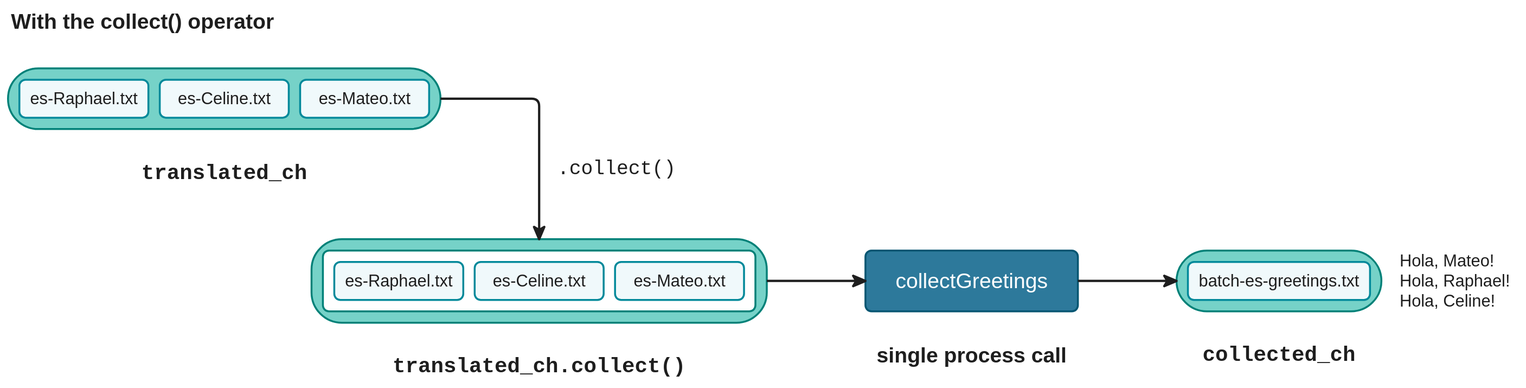
Earlier version of the draw.io export docs/en/docs/hello_nextflow/img/hello-collect-WITH-operator.drawio.svg (nextflow-io/training). Source tidied: cells renumbered, new cells last; positions are measured from the earlier drawing's top-left corner, leaving out a move shared by most shapes.
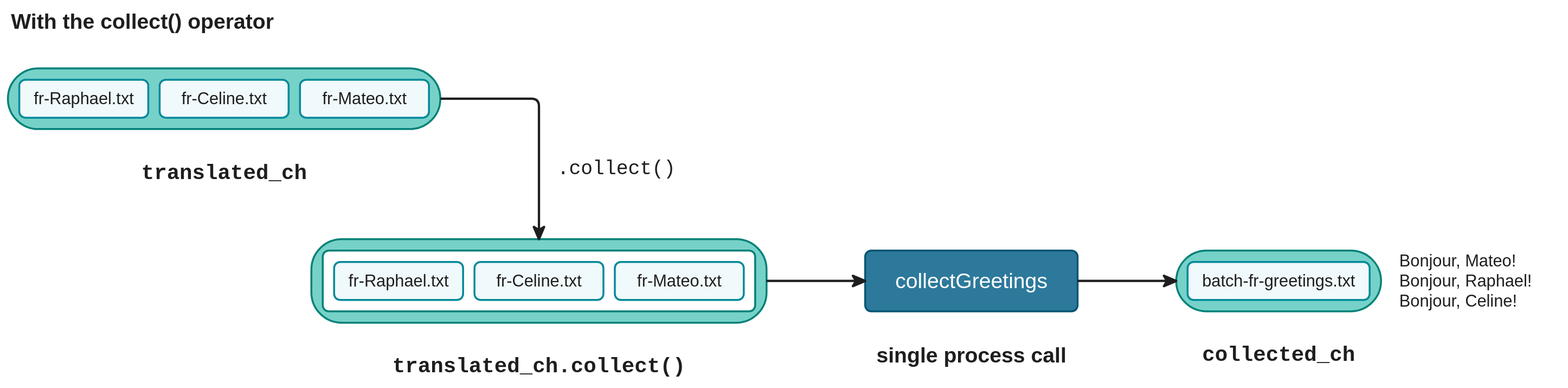
The same file after the commit.

Commit message:
docs(hello_nextflow): restructure Hello Workflow sections; continue in French

Change to the diagram source:
```diff
@@ -8,13 +8,13 @@
     <mxCell id="3" style="rounded=1;absoluteArcSize=1;arcSize=80;fillColor=#76d2c8;strokeColor=#018178;strokeWidth=2.5;fontFamily=Helvetica;fontSize=28;fontColor=#1e1e1e;html=0;whiteSpace=nowrap;" parent="1" vertex="1">
       <mxGeometry y="80" width="570" height="80" as="geometry" />
     </mxCell>
-    <mxCell id="4" value="es-Raphael.txt" style="rounded=1;absoluteArcSize=1;arcSize=16;fillColor=#f0f9fb;strokeColor=#02899a;strokeWidth=2.5;fontFamily=Helvetica;fontSize=22;fontColor=#1e1e1e;html=0;whiteSpace=nowrap;" parent="3" vertex="1">
+    <mxCell id="4" value="fr-Raphael.txt" style="rounded=1;absoluteArcSize=1;arcSize=16;fillColor=#f0f9fb;strokeColor=#02899a;strokeWidth=2.5;fontFamily=Helvetica;fontSize=22;fontColor=#1e1e1e;html=0;whiteSpace=nowrap;" parent="3" vertex="1">
       <mxGeometry x="15" y="15" width="170" height="50" as="geometry" />
     </mxCell>
-    <mxCell id="5" value="es-Celine.txt" style="rounded=1;absoluteArcSize=1;arcSize=16;fillColor=#f0f9fb;strokeColor=#02899a;strokeWidth=2.5;fontFamily=Helvetica;fontSize=22;fontColor=#1e1e1e;html=0;whiteSpace=nowrap;" parent="3" vertex="1">
+    <mxCell id="5" value="fr-Celine.txt" style="rounded=1;absoluteArcSize=1;arcSize=16;fillColor=#f0f9fb;strokeColor=#02899a;strokeWidth=2.5;fontFamily=Helvetica;fontSize=22;fontColor=#1e1e1e;html=0;whiteSpace=nowrap;" parent="3" vertex="1">
       <mxGeometry x="200" y="15" width="170" height="50" as="geometry" />
     </mxCell>
-    <mxCell id="6" value="es-Mateo.txt" style="rounded=1;absoluteArcSize=1;arcSize=16;fillColor=#f0f9fb;strokeColor=#02899a;strokeWidth=2.5;fontFamily=Helvetica;fontSize=22;fontColor=#1e1e1e;html=0;whiteSpace=nowrap;" parent="3" vertex="1">
+    <mxCell id="6" value="fr-Mateo.txt" style="rounded=1;absoluteArcSize=1;arcSize=16;fillColor=#f0f9fb;strokeColor=#02899a;strokeWidth=2.5;fontFamily=Helvetica;fontSize=22;fontColor=#1e1e1e;html=0;whiteSpace=nowrap;" parent="3" vertex="1">
       <mxGeometry x="385" y="15" width="170" height="50" as="geometry" />
     </mxCell>
     <mxCell id="7" value="translated_ch" style="text;align=center;verticalAlign=middle;fontFamily=Menlo;fontSize=28;fontStyle=1;fontColor=#1e1e1e;html=0;whiteSpace=nowrap;" parent="1" vertex="1">
@@ -26,13 +26,13 @@
     <mxCell id="9" style="rounded=1;absoluteArcSize=1;arcSize=16;fillColor=#ffffff;strokeColor=#018178;strokeWidth=2.5;fontFamily=Helvetica;fontSize=22;fontColor=#1e1e1e;html=0;whiteSpace=nowrap;" parent="8" vertex="1">
       <mxGeometry x="15" y="15" width="570" height="80" as="geometry" />
     </mxCell>
-    <mxCell id="10" value="es-Raphael.txt" style="rounded=1;absoluteArcSize=1;arcSize=16;fillColor=#f0f9fb;strokeColor=#02899a;strokeWidth=2.5;fontFamily=Helvetica;fontSize=22;fontColor=#1e1e1e;html=0;whiteSpace=nowrap;" parent="9" vertex="1">
+    <mxCell id="10" value="fr-Raphael.txt" style="rounded=1;absoluteArcSize=1;arcSize=16;fillColor=#f0f9fb;strokeColor=#02899a;strokeWidth=2.5;fontFamily=Helvetica;fontSize=22;fontColor=#1e1e1e;html=0;whiteSpace=nowrap;" parent="9" vertex="1">
       <mxGeometry x="15" y="15" width="170" height="50" as="geometry" />
     </mxCell>
-    <mxCell id="11" value="es-Celine.txt" style="rounded=1;absoluteArcSize=1;arcSize=16;fillColor=#f0f9fb;strokeColor=#02899a;strokeWidth=2.5;fontFamily=Helvetica;fontSize=22;fontColor=#1e1e1e;html=0;whiteSpace=nowrap;" parent="9" vertex="1">
+    <mxCell id="11" value="fr-Celine.txt" style="rounded=1;absoluteArcSize=1;arcSize=16;fillColor=#f0f9fb;strokeColor=#02899a;strokeWidth=2.5;fontFamily=Helvetica;fontSize=22;fontColor=#1e1e1e;html=0;whiteSpace=nowrap;" parent="9" vertex="1">
       <mxGeometry x="200" y="15" width="170" height="50" as="geometry" />
     </mxCell>
-    <mxCell id="12" value="es-Mateo.txt" style="rounded=1;absoluteArcSize=1;arcSize=16;fillColor=#f0f9fb;strokeColor=#02899a;strokeWidth=2.5;fontFamily=Helvetica;fontSize=22;fontColor=#1e1e1e;html=0;whiteSpace=nowrap;" parent="9" vertex="1">
+    <mxCell id="12" value="fr-Mateo.txt" style="rounded=1;absoluteArcSize=1;arcSize=16;fillColor=#f0f9fb;strokeColor=#02899a;strokeWidth=2.5;fontFamily=Helvetica;fontSize=22;fontColor=#1e1e1e;html=0;whiteSpace=nowrap;" parent="9" vertex="1">
       <mxGeometry x="385" y="15" width="170" height="50" as="geometry" />
     </mxCell>
     <mxCell id="13" value="translated_ch.collect()" style="text;align=center;verticalAlign=middle;fontFamily=Menlo;fontSize=28;fontStyle=1;fontColor=#1e1e1e;html=0;whiteSpace=nowrap;" parent="1" vertex="1">
@@ -57,14 +57,14 @@
     <mxCell id="18" style="rounded=1;absoluteArcSize=1;arcSize=80;fillColor=#76d2c8;strokeColor=#018178;strokeWidth=2.5;fontFamily=Helvetica;fontSize=28;fontColor=#1e1e1e;html=0;whiteSpace=nowrap;" parent="1" vertex="1">
       <mxGeometry x="1540" y="320" width="270" height="80" as="geometry" />
     </mxCell>
-    <mxCell id="19" value="batch-es-greetings.txt" style="rounded=1;absoluteArcSize=1;arcSize=16;fillColor=#f0f9fb;strokeColor=#02899a;strokeWidth=2.5;fontFamily=Helvetica;fontSize=22;fontColor=#1e1e1e;html=0;whiteSpace=nowrap;" parent="18" vertex="1">
+    <mxCell id="19" value="batch-fr-greetings.txt" style="rounded=1;absoluteArcSize=1;arcSize=16;fillColor=#f0f9fb;strokeColor=#02899a;strokeWidth=2.5;fontFamily=Helvetica;fontSize=22;fontColor=#1e1e1e;html=0;whiteSpace=nowrap;" parent="18" vertex="1">
       <mxGeometry x="15" y="15" width="240" height="50" as="geometry" />
     </mxCell>
     <mxCell id="20" value="collected_ch" style="text;align=center;verticalAlign=middle;fontFamily=Menlo;fontSize=28;fontStyle=1;fontColor=#1e1e1e;html=0;whiteSpace=nowrap;" parent="1" vertex="1">
       <mxGeometry x="1540" y="440" width="270" height="36" as="geometry" />
     </mxCell>
-    <mxCell id="21" value="Hola, Mateo!&#10;Hola, Raphael!&#10;Hola, Celine!" style="text;align=left;verticalAlign=middle;spacing=0;spacingLeft=4;fontFamily=Helvetica;fontSize=22;fontColor=#1e1e1e;html=0;whiteSpace=nowrap;" parent="1" vertex="1">
-      <mxGeometry x="1830" y="316" width="160" height="88" as="geometry" />
+    <mxCell id="21" value="Bonjour, Mateo!&#10;Bonjour, Raphael!&#10;Bonjour, Celine!" style="text;align=left;verticalAlign=middle;spacing=0;spacingLeft=4;fontFamily=Helvetica;fontSize=22;fontColor=#1e1e1e;html=0;whiteSpace=nowrap;" parent="1" vertex="1">
+      <mxGeometry x="1830" y="316" width="216" height="88" as="geometry" />
     </mxCell>
     <mxCell id="22" style="edgeStyle=none;html=0;strokeColor=#1e1e1e;endSize=12;strokeWidth=3;endArrow=classic;endFill=1;exitX=1;exitY=0.5;exitDx=0;exitDy=0;entryX=0;entryY=0.5;entryDx=0;entryDy=0;" parent="1" edge="1" source="8" target="16">
       <mxGeometry relative="1" as="geometry" />
```
